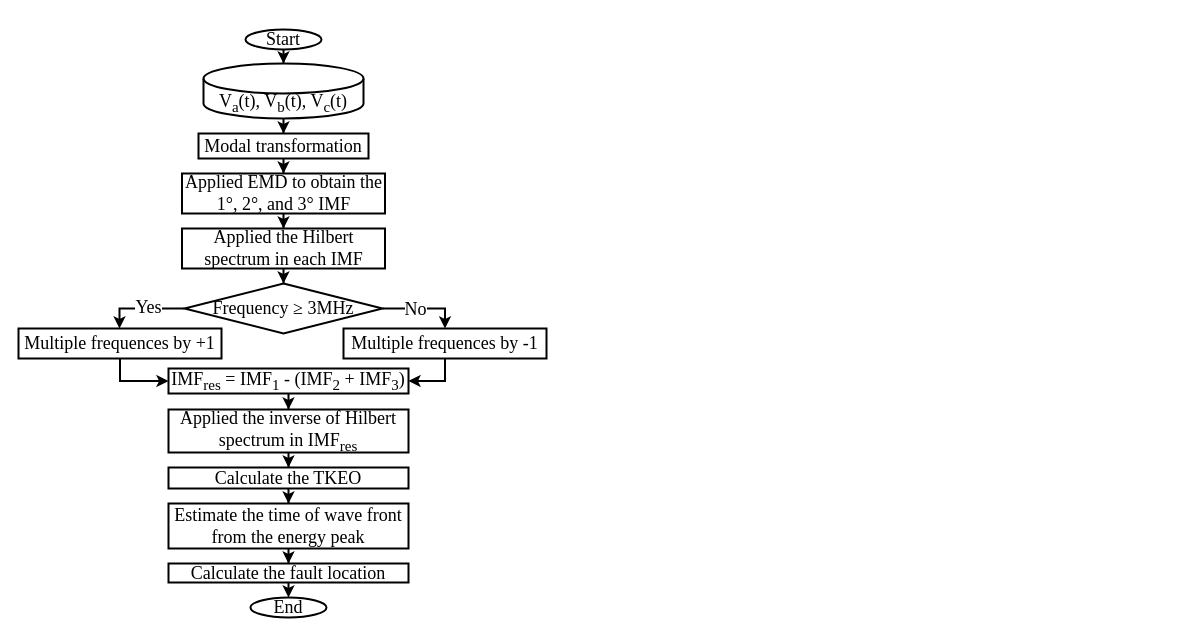
The draw.io diagram fluxograma_ipst_2025_travellingwaves.drawio in CaioVCGrilo/fluxogramas, before the edit. Source tidied: cells renumbered, new cells numbered last; positions are measured from the earlier drawing's top-left corner, leaving out a move shared by most shapes. Both pictures are drawn from the tidied source at 100%, with x=0, y=0 at pixel (18, 29).
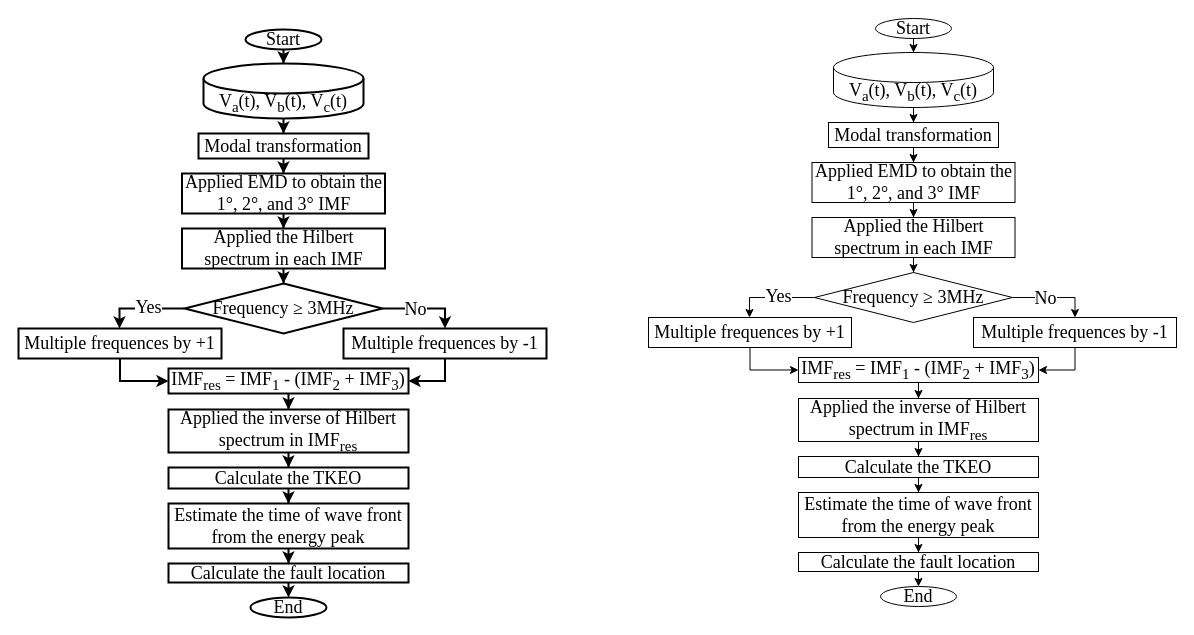
Above is the later version.

What changed in the source:
```diff
@@
+    <mxCell id="32" style="edgeStyle=orthogonalEdgeStyle;rounded=0;jettySize=auto;html=1;strokeWidth=1;" parent="1" edge="1" source="33" target="35">
+      <mxGeometry relative="1" as="geometry" />
+    </mxCell>
+    <mxCell id="33" value="&lt;font style=&quot;font-size: 18px;&quot; face=&quot;Times New Roman&quot;&gt;Start&lt;/font&gt;" style="ellipse;whiteSpace=wrap;html=1;strokeWidth=1;" parent="1" vertex="1">
+      <mxGeometry x="857" y="-11" width="76" height="20" as="geometry" />
+    </mxCell>
+    <mxCell id="34" style="edgeStyle=orthogonalEdgeStyle;rounded=0;jettySize=auto;html=1;strokeWidth=1;" parent="1" edge="1" source="35" target="37">
+      <mxGeometry relative="1" as="geometry" />
+    </mxCell>
+    <mxCell id="35" value="&lt;font style=&quot;font-size: 18px;&quot; face=&quot;Times New Roman&quot;&gt;V&lt;sub&gt;a&lt;/sub&gt;(t), V&lt;sub&gt;b&lt;/sub&gt;(t), V&lt;sub&gt;c&lt;/sub&gt;(t)&lt;/font&gt;" style="shape=cylinder3;whiteSpace=wrap;html=1;boundedLbl=1;backgroundOutline=1;size=15;strokeWidth=1;" parent="1" vertex="1">
+      <mxGeometry x="815" y="23" width="160" height="55" as="geometry" />
+    </mxCell>
+    <mxCell id="36" style="edgeStyle=orthogonalEdgeStyle;rounded=0;jettySize=auto;html=1;strokeWidth=1;" parent="1" edge="1" source="37" target="39">
+      <mxGeometry relative="1" as="geometry" />
+    </mxCell>
+    <mxCell id="37" value="&lt;font face=&quot;Times New Roman&quot; style=&quot;font-size: 18px;&quot;&gt;Modal transformation&lt;/font&gt;" style="rounded=0;whiteSpace=wrap;html=1;strokeWidth=1;" parent="1" vertex="1">
+      <mxGeometry x="810" y="93" width="170" height="25" as="geometry" />
+    </mxCell>
+    <mxCell id="38" style="edgeStyle=orthogonalEdgeStyle;rounded=0;jettySize=auto;html=1;strokeWidth=1;" parent="1" edge="1" source="39" target="41">
+      <mxGeometry relative="1" as="geometry" />
+    </mxCell>
+    <mxCell id="39" value="&lt;font face=&quot;Times New Roman&quot; style=&quot;font-size: 18px;&quot;&gt;Applied EMD to obtain the 1°, 2°, and 3° IMF&lt;/font&gt;" style="rounded=0;whiteSpace=wrap;html=1;strokeWidth=1;" parent="1" vertex="1">
+      <mxGeometry x="793.5" y="133" width="203" height="40" as="geometry" />
+    </mxCell>
+    <mxCell id="40" style="edgeStyle=orthogonalEdgeStyle;rounded=0;jettySize=auto;html=1;strokeWidth=1;" parent="1" edge="1" source="41" target="61">
+      <mxGeometry relative="1" as="geometry" />
+    </mxCell>
+    <mxCell id="41" value="&lt;font face=&quot;Times New Roman&quot; style=&quot;font-size: 18px;&quot;&gt;Applied the Hilbert spectrum in each IMF&lt;/font&gt;" style="rounded=0;whiteSpace=wrap;html=1;strokeWidth=1;" parent="1" vertex="1">
+      <mxGeometry x="793.5" y="188" width="203" height="40" as="geometry" />
+    </mxCell>
+    <mxCell id="42" style="edgeStyle=orthogonalEdgeStyle;rounded=0;jettySize=auto;html=1;entryX=0;entryY=0.5;entryDx=0;entryDy=0;strokeWidth=1;" parent="1" edge="1" source="43" target="47">
+      <mxGeometry relative="1" as="geometry" />
+    </mxCell>
+    <mxCell id="43" value="&lt;font face=&quot;Times New Roman&quot; style=&quot;font-size: 18px;&quot;&gt;Multiple frequences by +1&lt;/font&gt;" style="rounded=0;whiteSpace=wrap;html=1;strokeWidth=1;" parent="1" vertex="1">
+      <mxGeometry x="630" y="288" width="203" height="30" as="geometry" />
+    </mxCell>
+    <mxCell id="44" style="edgeStyle=orthogonalEdgeStyle;rounded=0;jettySize=auto;html=1;entryX=1;entryY=0.5;entryDx=0;entryDy=0;strokeWidth=1;" parent="1" edge="1" source="45" target="47">
+      <mxGeometry relative="1" as="geometry" />
+    </mxCell>
+    <mxCell id="45" value="&lt;font face=&quot;Times New Roman&quot; style=&quot;font-size: 18px;&quot;&gt;Multiple frequences by -1&lt;/font&gt;" style="rounded=0;whiteSpace=wrap;html=1;strokeWidth=1;" parent="1" vertex="1">
+      <mxGeometry x="955" y="288" width="203" height="30" as="geometry" />
+    </mxCell>
+    <mxCell id="46" style="edgeStyle=orthogonalEdgeStyle;rounded=0;jettySize=auto;html=1;strokeWidth=1;" parent="1" edge="1" source="47" target="49">
+      <mxGeometry relative="1" as="geometry" />
+    </mxCell>
+    <mxCell id="47" value="&lt;font face=&quot;Times New Roman&quot; style=&quot;font-size: 18px;&quot;&gt;IMF&lt;sub&gt;res&lt;/sub&gt; = IMF&lt;sub&gt;1&lt;/sub&gt; - (IMF&lt;sub&gt;2&lt;/sub&gt; + IMF&lt;sub&gt;3&lt;/sub&gt;)&lt;/font&gt;" style="rounded=0;whiteSpace=wrap;html=1;strokeWidth=1;" parent="1" vertex="1">
+      <mxGeometry x="780" y="328" width="240" height="25" as="geometry" />
+    </mxCell>
+    <mxCell id="48" style="edgeStyle=orthogonalEdgeStyle;rounded=0;jettySize=auto;html=1;strokeWidth=1;" parent="1" edge="1" source="49" target="51">
+      <mxGeometry relative="1" as="geometry" />
+    </mxCell>
+    <mxCell id="49" value="&lt;font face=&quot;Times New Roman&quot; style=&quot;font-size: 18px;&quot;&gt;Applied the inverse of Hilbert spectrum in IMF&lt;sub&gt;res&lt;/sub&gt;&lt;/font&gt;" style="rounded=0;whiteSpace=wrap;html=1;strokeWidth=1;" parent="1" vertex="1">
+      <mxGeometry x="780" y="369" width="240" height="43" as="geometry" />
+    </mxCell>
+    <mxCell id="50" style="edgeStyle=orthogonalEdgeStyle;rounded=0;jettySize=auto;html=1;strokeWidth=1;" parent="1" edge="1" source="51" target="53">
+      <mxGeometry relative="1" as="geometry" />
+    </mxCell>
+    <mxCell id="51" value="&lt;font face=&quot;Times New Roman&quot;&gt;&lt;span style=&quot;font-size: 18px;&quot;&gt;Calculate the TKEO&lt;/span&gt;&lt;/font&gt;" style="rounded=0;whiteSpace=wrap;html=1;strokeWidth=1;" parent="1" vertex="1">
+      <mxGeometry x="780" y="427" width="240" height="21" as="geometry" />
+    </mxCell>
+    <mxCell id="52" style="edgeStyle=orthogonalEdgeStyle;rounded=0;jettySize=auto;html=1;strokeWidth=1;" parent="1" edge="1" source="53" target="55">
+      <mxGeometry relative="1" as="geometry" />
+    </mxCell>
+    <mxCell id="53" value="&lt;font face=&quot;Times New Roman&quot;&gt;&lt;span style=&quot;font-size: 18px;&quot;&gt;Estimate the time of wave front from the energy peak&lt;/span&gt;&lt;/font&gt;" style="rounded=0;whiteSpace=wrap;html=1;strokeWidth=1;" parent="1" vertex="1">
+      <mxGeometry x="780" y="463" width="240" height="45" as="geometry" />
+    </mxCell>
+    <mxCell id="54" style="edgeStyle=orthogonalEdgeStyle;rounded=0;jettySize=auto;html=1;exitX=0.5;exitY=1;exitDx=0;exitDy=0;entryX=0.5;entryY=0;entryDx=0;entryDy=0;strokeWidth=1;" parent="1" edge="1" source="55" target="56">
+      <mxGeometry relative="1" as="geometry" />
+    </mxCell>
+    <mxCell id="55" value="&lt;font face=&quot;Times New Roman&quot;&gt;&lt;span style=&quot;font-size: 18px;&quot;&gt;Calculate the fault location&lt;/span&gt;&lt;/font&gt;" style="rounded=0;whiteSpace=wrap;html=1;strokeWidth=1;" parent="1" vertex="1">
+      <mxGeometry x="780" y="523" width="240" height="19" as="geometry" />
+    </mxCell>
+    <mxCell id="56" value="&lt;font style=&quot;font-size: 18px;&quot; face=&quot;Times New Roman&quot;&gt;End&lt;/font&gt;" style="ellipse;whiteSpace=wrap;html=1;strokeWidth=1;" parent="1" vertex="1">
+      <mxGeometry x="862" y="557" width="76" height="20" as="geometry" />
+    </mxCell>
+    <mxCell id="57" style="edgeStyle=orthogonalEdgeStyle;rounded=0;jettySize=auto;html=1;strokeWidth=1;" parent="1" edge="1" source="61" target="43">
+      <mxGeometry relative="1" as="geometry">
+        <Array as="points">
+          <mxPoint x="731" y="268" />
+        </Array>
+      </mxGeometry>
+    </mxCell>
+    <mxCell id="58" value="&lt;font style=&quot;font-size: 18px;&quot; face=&quot;Times New Roman&quot;&gt;Yes&lt;/font&gt;" style="edgeLabel;html=1;align=center;verticalAlign=middle;" parent="57" vertex="1">
+      <mxGeometry x="-0.14" y="-2" relative="1" as="geometry" />
+    </mxCell>
+    <mxCell id="59" style="edgeStyle=orthogonalEdgeStyle;rounded=0;jettySize=auto;html=1;exitX=1;exitY=0.5;exitDx=0;exitDy=0;entryX=0.5;entryY=0;entryDx=0;entryDy=0;strokeWidth=1;" parent="1" edge="1" source="61" target="45">
+      <mxGeometry relative="1" as="geometry" />
+    </mxCell>
+    <mxCell id="60" value="&lt;font face=&quot;Times New Roman&quot; style=&quot;font-size: 18px;&quot;&gt;No&lt;/font&gt;" style="edgeLabel;html=1;align=center;verticalAlign=middle;" parent="59" vertex="1">
+      <mxGeometry x="-0.22" y="-1" relative="1" as="geometry">
+        <mxPoint y="-1" as="offset" />
+      </mxGeometry>
+    </mxCell>
+    <mxCell id="61" value="&lt;font style=&quot;font-size: 18px;&quot; face=&quot;Times New Roman&quot;&gt;Frequency ≥&amp;nbsp;3MHz&lt;/font&gt;" style="rhombus;whiteSpace=wrap;html=1;strokeWidth=1;" parent="1" vertex="1">
+      <mxGeometry x="796" y="243" width="198" height="50" as="geometry" />
+    </mxCell>
```
